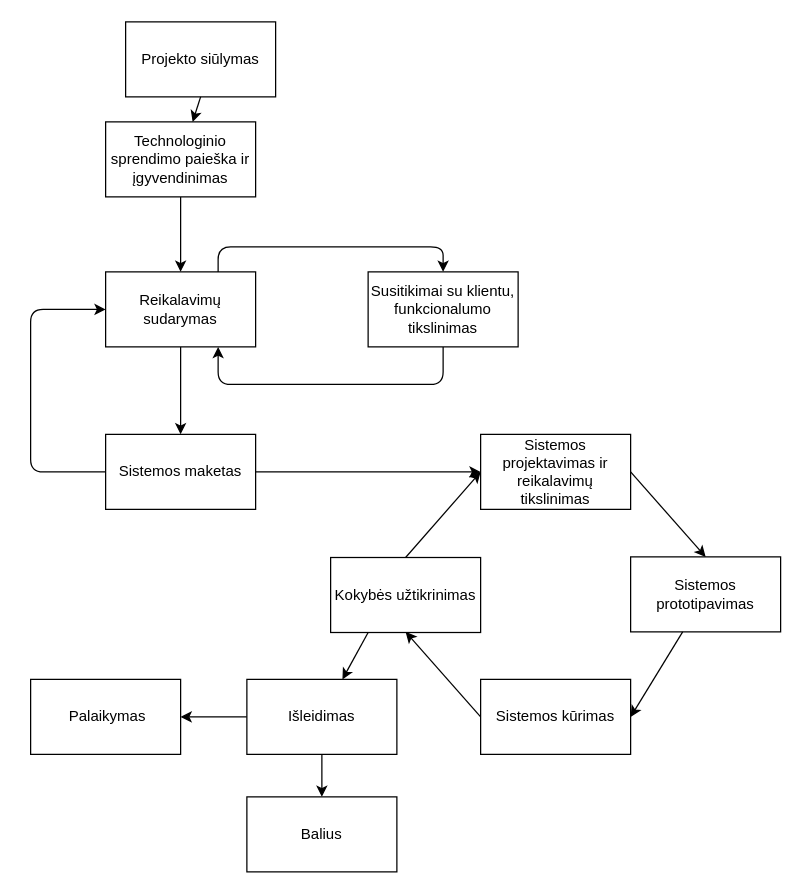
The draw.io diagram SoftwareProcessMoonTechnologies.drawio in DziugasMazulis/PKP, before the edit. Source tidied: cells renumbered, new cells numbered last; positions are measured from the earlier drawing's top-left corner, leaving out a move shared by most shapes. Both pictures are drawn from the tidied source at 125%, with x=0, y=0 at pixel (30, 21).
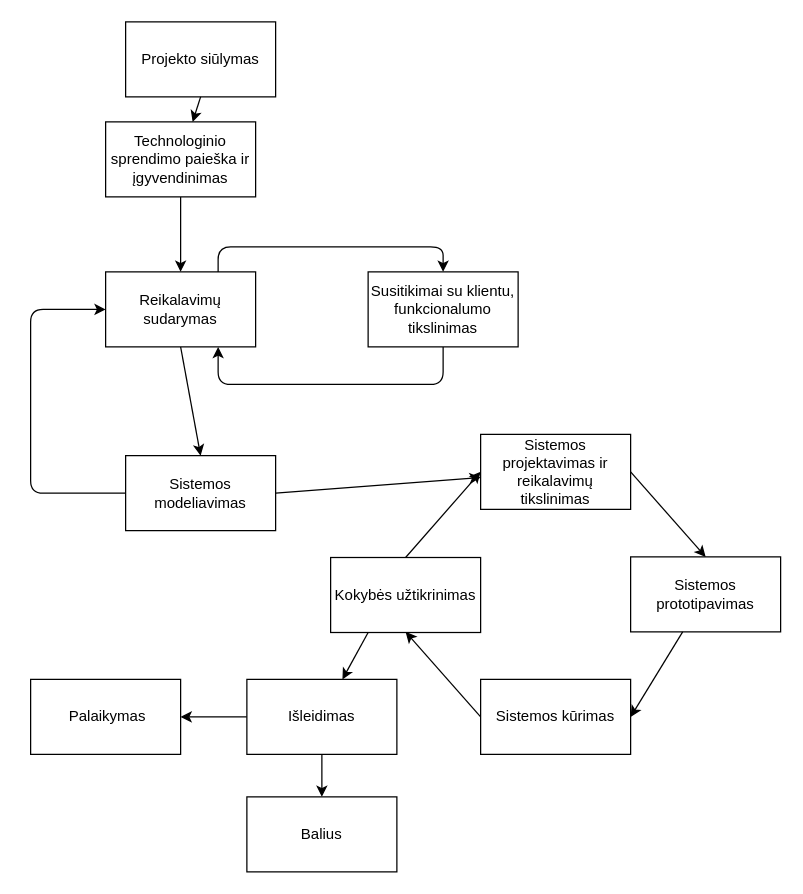
The same diagram, later.

Change to the diagram source:
```diff
@@
-    <mxCell id="9" value="Sistemos maketas" style="rounded=0;whiteSpace=wrap;html=1;" parent="1" vertex="1">
-      <mxGeometry x="60" y="330" width="120" height="60" as="geometry" />
+    <mxCell id="9" value="Sistemos modeliavimas" style="rounded=0;whiteSpace=wrap;html=1;" parent="1" vertex="1">
+      <mxGeometry x="76" y="347" width="120" height="60" as="geometry" />
     </mxCell>
```
